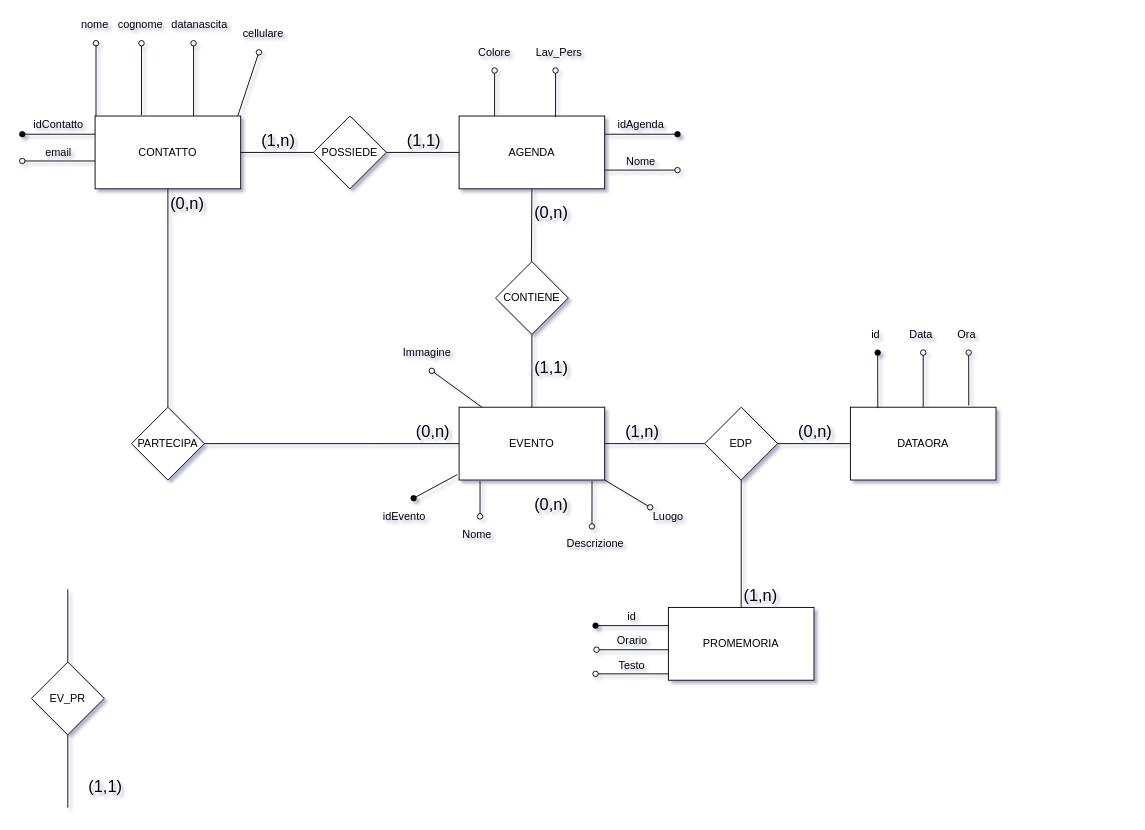
The draw.io diagram Copy2 of Untitled Diagram.drawio in codesimo/db, before the edit. Source tidied: cells renumbered, new cells numbered last; positions are measured from the earlier drawing's top-left corner, leaving out a move shared by most shapes. Both pictures are drawn from the tidied source at 91%, with x=0, y=0 at pixel (22, 15).
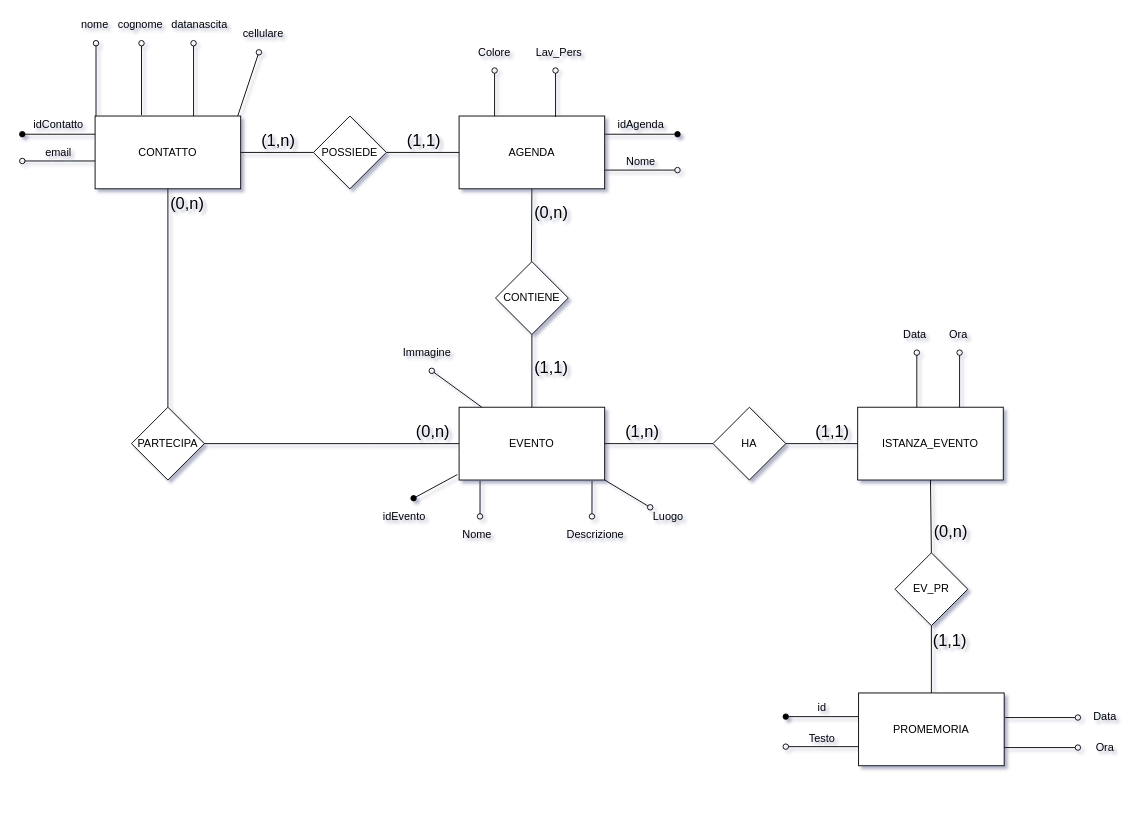
After the change.

The change refers to these unchanged cells:
```xml
<mxCell id="2" value="EVENTO" style="rounded=0;whiteSpace=wrap;html=1;" parent="1" vertex="1">
  <mxGeometry x="480" y="430" width="160" height="80" as="geometry" />
</mxCell>
```

The edit, as a diff of the source:
```diff
@@
-    <mxCell id="45" value="EDP" style="rhombus;whiteSpace=wrap;html=1;" parent="1" vertex="1">
-      <mxGeometry x="750" y="430" width="80" height="80" as="geometry" />
+    <mxCell id="45" value="HA" style="rhombus;whiteSpace=wrap;html=1;" parent="1" vertex="1">
+      <mxGeometry x="759" y="430" width="80" height="80" as="geometry" />
     </mxCell>
-    <mxCell id="46" style="endArrow=none;html=1;rounded=0;entryX=0;entryY=0.5;entryDx=0;entryDy=0;" parent="1" edge="1" source="45" target="48">
-      <mxGeometry relative="1" as="geometry" />
-    </mxCell>
-    <mxCell id="47" value="(0,n)" style="html=1;align=center;verticalAlign=bottom;fontSize=18;" parent="46" vertex="1">
-      <mxGeometry x="-1" relative="1" as="geometry">
-        <mxPoint x="40" as="offset" />
-      </mxGeometry>
-    </mxCell>
-    <mxCell id="48" value="DATAORA" style="rounded=0;whiteSpace=wrap;html=1;" parent="1" vertex="1">
-      <mxGeometry x="910" y="430" width="160" height="80" as="geometry" />
-    </mxCell>
@@
     <mxCell id="57" value="Descrizione" style="text;html=1;strokeColor=none;fillColor=none;align=center;verticalAlign=middle;whiteSpace=wrap;rounded=0;" parent="1" vertex="1">
-      <mxGeometry x="610" y="570" width="40" height="20" as="geometry" />
+      <mxGeometry x="610" y="560" width="40" height="20" as="geometry" />
     </mxCell>
     <mxCell id="58" style="endArrow=none;html=1;startArrow=oval;startFill=0;entryX=0.913;entryY=1.013;entryDx=0;entryDy=0;entryPerimeter=0;" parent="1" edge="1" target="2">
       <mxGeometry relative="1" as="geometry">
-        <mxPoint x="626" y="561" as="sourcePoint" />
+        <mxPoint x="626" y="550" as="sourcePoint" />
       </mxGeometry>
     </mxCell>
@@
-    <mxCell id="61" value="EV_PR" style="rhombus;whiteSpace=wrap;html=1;" parent="1" vertex="1">
-      <mxGeometry x="10" y="710" width="80" height="80" as="geometry" />
-    </mxCell>
-    <mxCell id="62" style="endArrow=none;html=1;entryX=0.5;entryY=0;entryDx=0;entryDy=0;exitX=0.5;exitY=1;exitDx=0;exitDy=0;" parent="1" edge="1" target="61">
-      <mxGeometry relative="1" as="geometry">
-        <mxPoint x="50" y="630" as="sourcePoint" />
-      </mxGeometry>
-    </mxCell>
     <mxCell id="63" value="PROMEMORIA" style="rounded=0;whiteSpace=wrap;html=1;" parent="1" vertex="1">
-      <mxGeometry x="710" y="650" width="160" height="80" as="geometry" />
+      <mxGeometry x="919" y="744" width="160" height="80" as="geometry" />
     </mxCell>
-    <mxCell id="64" style="endArrow=none;html=1;exitX=0.5;exitY=1;exitDx=0;exitDy=0;entryX=0.5;entryY=0;entryDx=0;entryDy=0;" parent="1" edge="1" source="61">
-      <mxGeometry relative="1" as="geometry">
-        <mxPoint x="50" y="870" as="targetPoint" />
-      </mxGeometry>
-    </mxCell>
-    <mxCell id="65" value="(1,1)" style="html=1;align=center;verticalAlign=bottom;fontSize=18;" parent="1" vertex="1">
-      <mxGeometry x="70" y="810" as="geometry">
-        <mxPoint x="20" y="50" as="offset" />
-      </mxGeometry>
-    </mxCell>
-    <mxCell id="66" value="(0,n)" style="html=1;align=center;verticalAlign=bottom;fontSize=18;" parent="1" vertex="1">
-      <mxGeometry x="560" y="510" as="geometry">
-        <mxPoint x="20" y="40" as="offset" />
-      </mxGeometry>
-    </mxCell>
-    <mxCell id="67" style="group;" parent="1" vertex="1">
-      <mxGeometry x="928" y="350" width="80" height="20" as="geometry" />
-    </mxCell>
-    <mxCell id="68" style="endArrow=none;html=1;startArrow=oval;startFill=0;targetPortConstraint=east;" parent="1" edge="1" target="48">
-      <mxGeometry relative="1" as="geometry">
-        <mxPoint x="990" y="370" as="sourcePoint" />
-      </mxGeometry>
-    </mxCell>
-    <mxCell id="69" value="Data" style="text;html=1;strokeColor=none;fillColor=none;align=center;verticalAlign=middle;whiteSpace=wrap;rounded=0;" parent="1" vertex="1">
-      <mxGeometry x="968" y="340" width="40" height="20" as="geometry" />
-    </mxCell>
     <mxCell id="70" style="group;" parent="1" vertex="1">
-      <mxGeometry x="630" y="650" width="80" height="20" as="geometry" />
+      <mxGeometry x="839" y="750" width="80" height="20" as="geometry" />
     </mxCell>
@@
-    <mxCell id="73" value="Orario" style="text;html=1;align=center;verticalAlign=middle;" parent="1" vertex="1">
-      <mxGeometry x="645" y="677" width="50" height="20" as="geometry" />
-    </mxCell>
     <mxCell id="74" style="endArrow=none;html=1;startArrow=oval;startFill=0;entryX=1;entryY=0.75;entryDx=0;entryDy=0;" parent="1" edge="1">
       <mxGeometry relative="1" as="geometry">
-        <mxPoint x="630" y="723" as="sourcePoint" />
-        <mxPoint x="710" y="723" as="targetPoint" />
+        <mxPoint x="839" y="803" as="sourcePoint" />
+        <mxPoint x="919" y="803" as="targetPoint" />
       </mxGeometry>
     </mxCell>
     <mxCell id="75" value="Testo" style="text;html=1;strokeColor=none;fillColor=none;align=center;verticalAlign=middle;whiteSpace=wrap;rounded=0;" parent="1" vertex="1">
-      <mxGeometry x="650" y="704" width="40" height="20" as="geometry" />
+      <mxGeometry x="859" y="784" width="40" height="20" as="geometry" />
     </mxCell>
@@
-    <mxCell id="79" style="endArrow=none;html=1;startArrow=oval;startFill=0;entryX=0;entryY=0.75;entryDx=0;entryDy=0;" parent="1" edge="1">
-      <mxGeometry relative="1" as="geometry">
-        <mxPoint x="631" y="696.5" as="sourcePoint" />
-        <mxPoint x="710" y="696.5" as="targetPoint" />
-      </mxGeometry>
-    </mxCell>
@@
-    <mxCell id="84" value="id" style="text;html=1;strokeColor=none;fillColor=none;align=center;verticalAlign=middle;whiteSpace=wrap;rounded=0;" parent="1" vertex="1">
-      <mxGeometry x="918" y="340" width="40" height="20" as="geometry" />
-    </mxCell>
-    <mxCell id="85" style="endArrow=none;html=1;startArrow=oval;startFill=1;targetPortConstraint=east;entryX=0.188;entryY=0.013;entryDx=0;entryDy=0;entryPerimeter=0;" parent="1" edge="1" target="48">
-      <mxGeometry relative="1" as="geometry">
-        <mxPoint x="940" y="370" as="sourcePoint" />
-      </mxGeometry>
-    </mxCell>
-    <mxCell id="86" style="endArrow=none;html=1;startArrow=oval;startFill=0;entryX=0.813;entryY=-0.025;entryDx=0;entryDy=0;entryPerimeter=0;" parent="1" edge="1" target="48">
-      <mxGeometry relative="1" as="geometry">
-        <mxPoint x="1040" y="370" as="sourcePoint" />
-      </mxGeometry>
-    </mxCell>
-    <mxCell id="87" value="Ora" style="text;html=1;strokeColor=none;fillColor=none;align=center;verticalAlign=middle;whiteSpace=wrap;rounded=0;" parent="1" vertex="1">
-      <mxGeometry x="1018" y="340" width="40" height="20" as="geometry" />
-    </mxCell>
-    <mxCell id="88" style="endArrow=none;html=1;rounded=0;exitX=0.5;exitY=1;exitDx=0;exitDy=0;entryX=0.5;entryY=0;entryDx=0;entryDy=0;" parent="1" edge="1" source="45" target="63">
+    <mxCell id="88" style="endArrow=none;html=1;rounded=0;exitX=0.5;exitY=1;exitDx=0;exitDy=0;entryX=0.5;entryY=0;entryDx=0;entryDy=0;" parent="1" edge="1" source="61" target="63">
       <mxGeometry relative="1" as="geometry" />
     </mxCell>
-    <mxCell id="89" value="(1,n)" style="html=1;align=center;verticalAlign=bottom;fontSize=18;" parent="88" vertex="1">
+    <mxCell id="89" value="(0,n)" style="html=1;align=center;verticalAlign=bottom;fontSize=18;" parent="88" vertex="1">
       <mxGeometry x="-1" relative="1" as="geometry">
-        <mxPoint x="20" y="140" as="offset" />
+        <mxPoint x="20" y="-90" as="offset" />
       </mxGeometry>
     </mxCell>
+    <mxCell id="90" value="ISTANZA_EVENTO" style="rounded=0;whiteSpace=wrap;html=1;" parent="1" vertex="1">
+      <mxGeometry x="918" y="430" width="160" height="80" as="geometry" />
+    </mxCell>
+    <mxCell id="91" style="endArrow=none;html=1;rounded=0;entryX=0;entryY=0.5;entryDx=0;entryDy=0;exitX=1;exitY=0.5;exitDx=0;exitDy=0;" parent="1" edge="1" source="45" target="90">
+      <mxGeometry relative="1" as="geometry" />
+    </mxCell>
+    <mxCell id="92" value="(1,1)" style="html=1;align=center;verticalAlign=bottom;fontSize=18;" parent="91" vertex="1">
+      <mxGeometry x="-1" relative="1" as="geometry">
+        <mxPoint x="50" as="offset" />
+      </mxGeometry>
+    </mxCell>
+    <mxCell id="61" value="EV_PR" style="rhombus;whiteSpace=wrap;html=1;" parent="1" vertex="1">
+      <mxGeometry x="959" y="590" width="80" height="80" as="geometry" />
+    </mxCell>
+    <mxCell id="93" style="endArrow=none;html=1;rounded=0;exitX=0.5;exitY=1;exitDx=0;exitDy=0;entryX=0.5;entryY=0;entryDx=0;entryDy=0;" parent="1" edge="1" source="90" target="61">
+      <mxGeometry relative="1" as="geometry" />
+    </mxCell>
+    <mxCell id="94" value="(1,1)" style="html=1;align=center;verticalAlign=bottom;fontSize=18;" parent="93" vertex="1">
+      <mxGeometry x="-1" relative="1" as="geometry">
+        <mxPoint x="20" y="190" as="offset" />
+      </mxGeometry>
+    </mxCell>
+    <mxCell id="95" style="endArrow=none;html=1;startArrow=oval;startFill=0;targetPortConstraint=east;" parent="1" edge="1">
+      <mxGeometry relative="1" as="geometry">
+        <mxPoint x="983" y="370" as="sourcePoint" />
+        <mxPoint x="983" y="430" as="targetPoint" />
+      </mxGeometry>
+    </mxCell>
+    <mxCell id="96" value="Data" style="text;html=1;strokeColor=none;fillColor=none;align=center;verticalAlign=middle;whiteSpace=wrap;rounded=0;" parent="1" vertex="1">
+      <mxGeometry x="961" y="340" width="40" height="20" as="geometry" />
+    </mxCell>
+    <mxCell id="97" style="endArrow=none;html=1;startArrow=oval;startFill=0;" parent="1" edge="1">
+      <mxGeometry relative="1" as="geometry">
+        <mxPoint x="1030" y="370" as="sourcePoint" />
+        <mxPoint x="1030" y="430" as="targetPoint" />
+      </mxGeometry>
+    </mxCell>
+    <mxCell id="98" value="Ora" style="text;html=1;strokeColor=none;fillColor=none;align=center;verticalAlign=middle;whiteSpace=wrap;rounded=0;" parent="1" vertex="1">
+      <mxGeometry x="1009" y="340" width="40" height="20" as="geometry" />
+    </mxCell>
+    <mxCell id="99" style="endArrow=none;html=1;startArrow=oval;startFill=0;targetPortConstraint=east;entryX=1.006;entryY=0.338;entryDx=0;entryDy=0;entryPerimeter=0;" parent="1" edge="1" target="63">
+      <mxGeometry relative="1" as="geometry">
+        <mxPoint x="1160" y="771" as="sourcePoint" />
+      </mxGeometry>
+    </mxCell>
+    <mxCell id="100" value="Data" style="text;html=1;strokeColor=none;fillColor=none;align=center;verticalAlign=middle;whiteSpace=wrap;rounded=0;" parent="1" vertex="1">
+      <mxGeometry x="1170" y="760" width="40" height="20" as="geometry" />
+    </mxCell>
+    <mxCell id="101" style="endArrow=none;html=1;startArrow=oval;startFill=0;entryX=1;entryY=0.75;entryDx=0;entryDy=0;" parent="1" edge="1" target="63">
+      <mxGeometry relative="1" as="geometry">
+        <mxPoint x="1160" y="804" as="sourcePoint" />
+      </mxGeometry>
+    </mxCell>
+    <mxCell id="102" value="Ora" style="text;html=1;strokeColor=none;fillColor=none;align=center;verticalAlign=middle;whiteSpace=wrap;rounded=0;" parent="1" vertex="1">
+      <mxGeometry x="1170" y="794" width="40" height="20" as="geometry" />
+    </mxCell>
```
